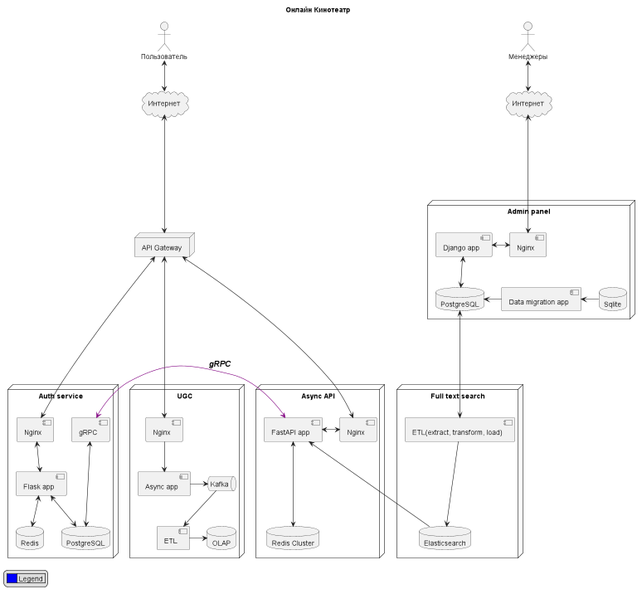
Above: diagram/diagram_TO_BE.png in Natrezzim/ugc_sprint_1 (PlantUML), before the change.
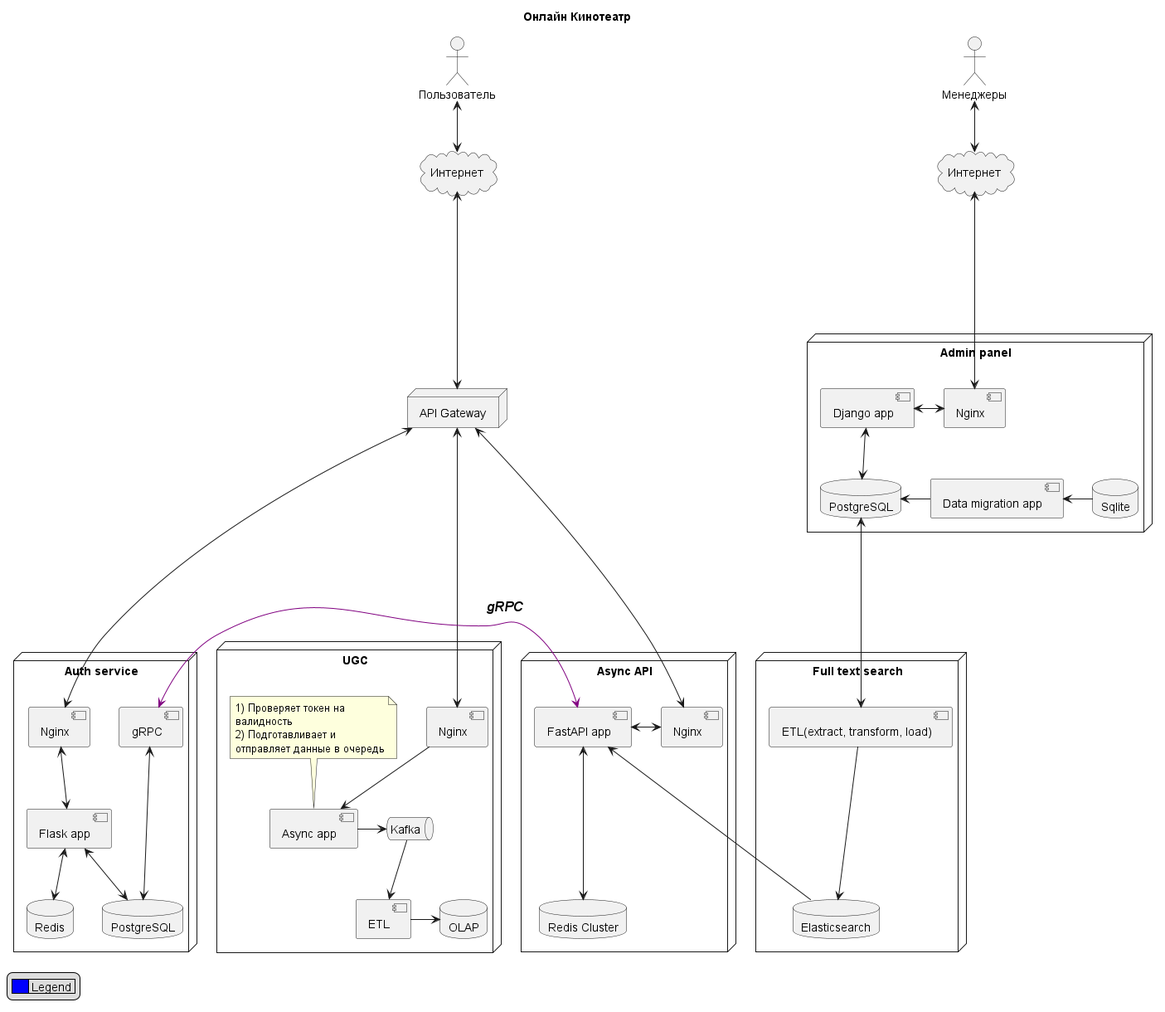
Above is the later version.

Commit message:
исправлена диаграмма, добавлена константа MESSAGES_COUNT

Diff of the diagram source:
```diff
@@ -56,6 +56,12 @@
 node "UGC" as ugc{
 component "Nginx" as ugc_nginx
 component "Async app" as ugc_app
+note top of ugc_app
+  1) Проверяет токен на
+  валидность
+  2) Подготавливает и
+  отправляет данные в очередь
+end note
 queue "Kafka" as ugc_kafka
 component "ETL" as ugc_etl
 database "OLAP" as ugc_olap
```
